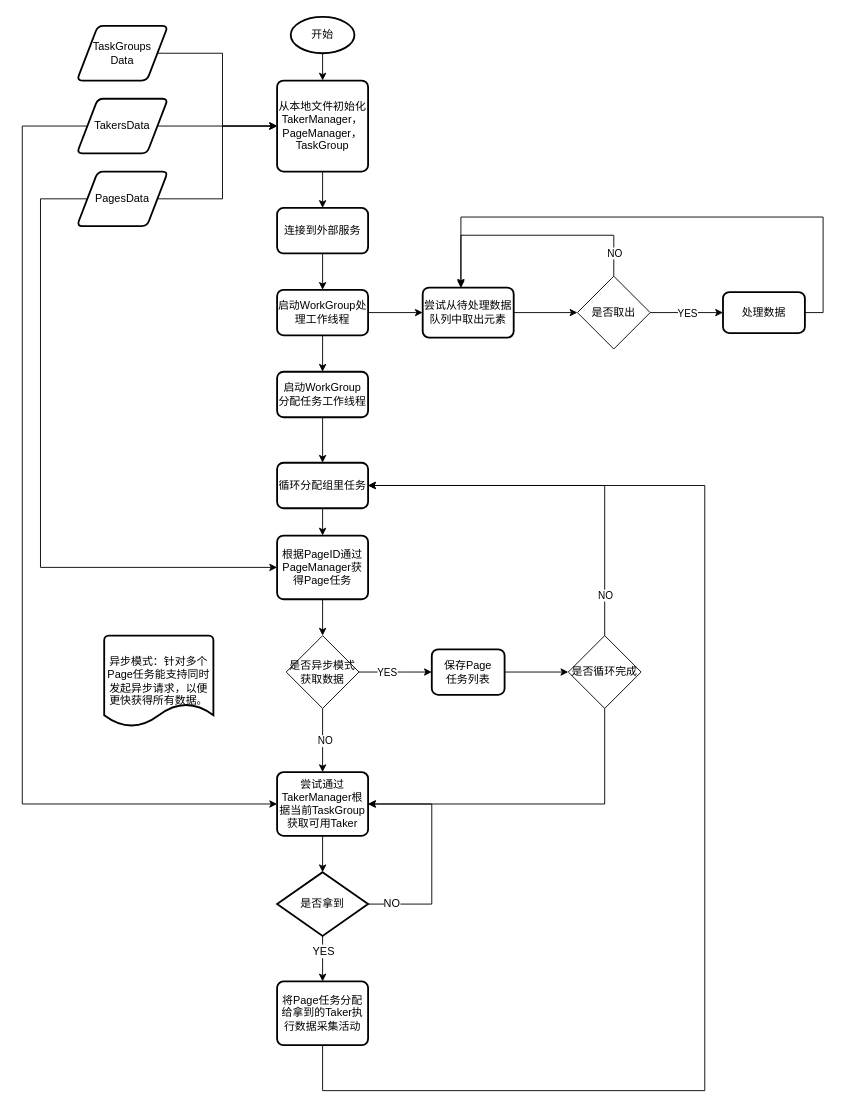
Before: page "采集控制流程" (1 of 9) of Designs.drawio in AugustusGao/CommonReptile, a draw.io diagram. Source tidied: cells renumbered, new cells numbered last; positions are measured from the earlier drawing's top-left corner, leaving out a move shared by most shapes. Both pictures are drawn from the tidied source at 91%, with x=0, y=0 at pixel (22, 16).
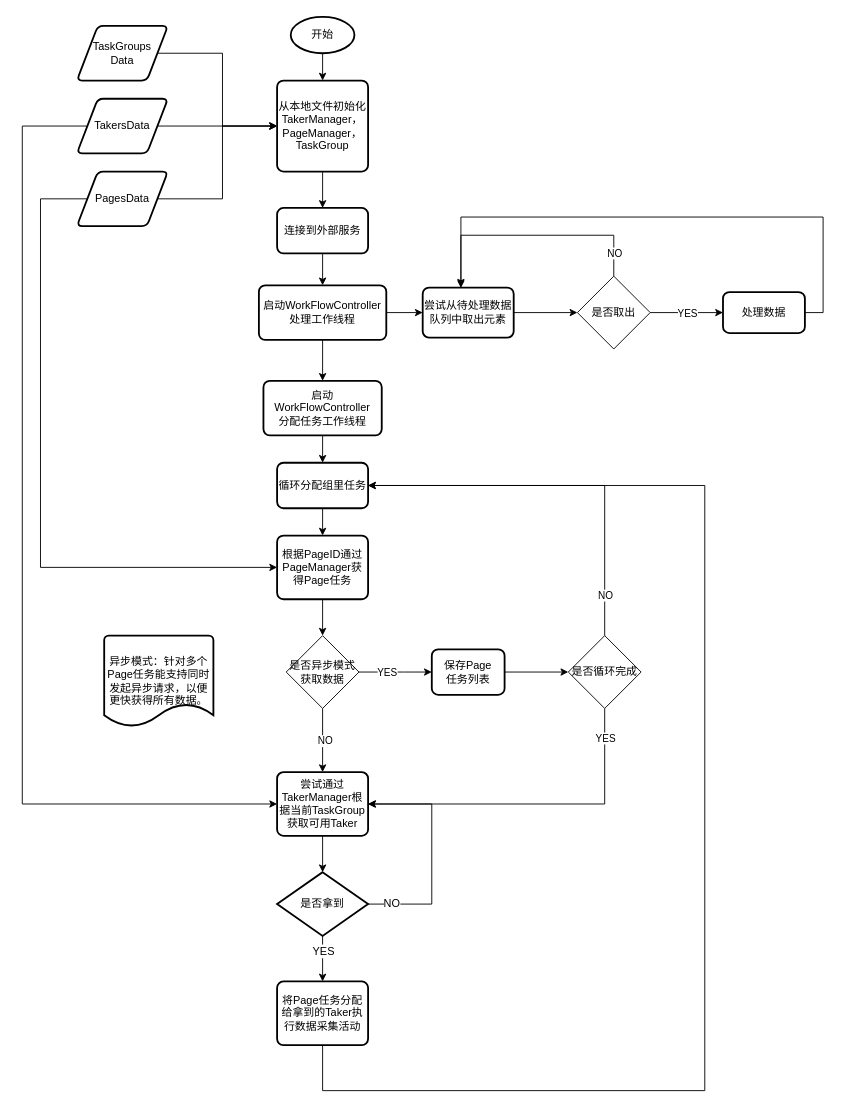
The same page after the edit.

Unchanged cells that the change refers to:
```xml
<mxCell id="40" style="edgeStyle=orthogonalEdgeStyle;rounded=0;jettySize=auto;html=1;exitX=0.5;exitY=1;exitDx=0;exitDy=0;entryX=1;entryY=0.5;entryDx=0;entryDy=0;" parent="1" edge="1" source="41" target="16">
  <mxGeometry relative="1" as="geometry" />
</mxCell>
```

Change to the diagram source:
```diff
@@
-    <mxCell id="9" value="启动WorkGroup&lt;br&gt;分配任务工作线程" style="rounded=1;whiteSpace=wrap;html=1;absoluteArcSize=1;arcSize=14;strokeWidth=2;" parent="1" vertex="1">
-      <mxGeometry x="280" y="390" width="100" height="50" as="geometry" />
+    <mxCell id="9" value="启动WorkFlowController&lt;br&gt;分配任务工作线程" style="rounded=1;whiteSpace=wrap;html=1;absoluteArcSize=1;arcSize=14;strokeWidth=2;" parent="1" vertex="1">
+      <mxGeometry x="265" y="400" width="130" height="60" as="geometry" />
     </mxCell>
@@
+    <mxCell id="55" value="YES" style="edgeLabel;html=1;align=center;verticalAlign=middle;" parent="40" vertex="1">
+      <mxGeometry x="-0.84" relative="1" as="geometry">
+        <mxPoint y="3" as="offset" />
+      </mxGeometry>
+    </mxCell>
@@
-    <mxCell id="45" value="启动WorkGroup处理工作线程" style="rounded=1;whiteSpace=wrap;html=1;absoluteArcSize=1;arcSize=14;strokeWidth=2;" parent="1" vertex="1">
-      <mxGeometry x="280" y="300" width="100" height="50" as="geometry" />
+    <mxCell id="45" value="启动WorkFlowController处理工作线程" style="rounded=1;whiteSpace=wrap;html=1;absoluteArcSize=1;arcSize=14;strokeWidth=2;" parent="1" vertex="1">
+      <mxGeometry x="260" y="295" width="140" height="60" as="geometry" />
     </mxCell>
```
